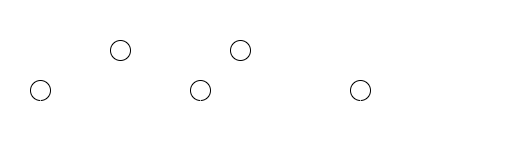
This is docs/images/git_merge.png from nyu-software-engineering/course-materials, a draw.io export, as it was before one commit. Source tidied: cells renumbered, new cells last; positions are measured from the earlier drawing's top-left corner, leaving out a move shared by most shapes. Source of this version:
```xml
<mxGraphModel background="#000000">
  <root>
    <mxCell id="0" />
    <mxCell id="1" parent="0" />
    <mxCell id="2" style="endArrow=none;html=1;strokeColor=#FFFFFF;strokeWidth=1;" parent="1" edge="1" source="20">
      <mxGeometry relative="1" as="geometry">
        <mxPoint x="400" y="90" as="targetPoint" />
      </mxGeometry>
    </mxCell>
    <mxCell id="3" style="endArrow=none;html=1;strokeColor=#FFFFFF;strokeWidth=1;" parent="1" edge="1" target="20">
      <mxGeometry relative="1" as="geometry">
        <mxPoint y="90" as="sourcePoint" />
      </mxGeometry>
    </mxCell>
    <mxCell id="4" value="&lt;i&gt;master branch&lt;/i&gt;" style="text;html=1;strokeColor=none;fillColor=none;align=left;verticalAlign=middle;whiteSpace=wrap;rounded=0;fontColor=#FFFFFF;" parent="1" vertex="1">
      <mxGeometry x="400" y="80" width="110" height="20" as="geometry" />
    </mxCell>
    <mxCell id="5" style="endArrow=none;html=1;strokeColor=#FFFFFF;strokeWidth=1;edgeStyle=orthogonalEdgeStyle;" parent="1" edge="1">
      <mxGeometry relative="1" as="geometry">
        <mxPoint x="110" y="50" as="sourcePoint" />
        <mxPoint x="200" y="50" as="targetPoint" />
        <Array as="points">
          <mxPoint x="40" y="50" />
          <mxPoint x="200" y="50" />
        </Array>
      </mxGeometry>
    </mxCell>
    <mxCell id="6" style="endArrow=none;html=1;strokeColor=#FFFFFF;strokeWidth=1;edgeStyle=orthogonalEdgeStyle;" parent="1" edge="1" source="20">
      <mxGeometry relative="1" as="geometry">
        <mxPoint x="110" y="50" as="targetPoint" />
        <Array as="points">
          <mxPoint x="40" y="50" />
        </Array>
      </mxGeometry>
    </mxCell>
    <mxCell id="7" style="endArrow=none;html=1;strokeColor=#FFFFFF;strokeWidth=1;edgeStyle=orthogonalEdgeStyle;entryX=0;entryY=0.5;entryDx=0;entryDy=0;" parent="1" edge="1" target="28">
      <mxGeometry relative="1" as="geometry">
        <mxPoint x="130" y="50" as="sourcePoint" />
        <Array as="points">
          <mxPoint x="280" y="50" />
          <mxPoint x="280" y="90" />
        </Array>
      </mxGeometry>
    </mxCell>
    <mxCell id="8" value="&lt;i&gt;another branch&lt;/i&gt;" style="text;html=1;strokeColor=none;fillColor=none;align=left;verticalAlign=middle;whiteSpace=wrap;rounded=0;fontColor=#FFFFFF;" parent="1" vertex="1">
      <mxGeometry x="280" y="40" width="110" height="20" as="geometry" />
    </mxCell>
    <mxCell id="9" style="endArrow=none;html=1;strokeColor=#FFFFFF;strokeWidth=1;edgeStyle=orthogonalEdgeStyle;" parent="1" edge="1">
      <mxGeometry relative="1" as="geometry">
        <mxPoint x="230" y="50" as="sourcePoint" />
        <mxPoint x="130" y="50" as="targetPoint" />
      </mxGeometry>
    </mxCell>
    <mxCell id="10" style="group;" parent="1" vertex="1">
      <mxGeometry x="100" width="40" height="60" as="geometry" />
    </mxCell>
    <mxCell id="11" value="commit" style="text;html=1;strokeColor=none;fillColor=none;align=center;verticalAlign=middle;whiteSpace=wrap;rounded=0;fontColor=#FFFFFF;" parent="10" vertex="1">
      <mxGeometry width="40" height="20" as="geometry" />
    </mxCell>
    <mxCell id="12" style="endArrow=none;html=1;strokeColor=#FFFFFF;strokeWidth=1;dashed=1;exitX=0.5;exitY=1;exitDx=0;exitDy=0;" parent="10" edge="1" source="11" target="13">
      <mxGeometry relative="1" as="geometry" />
    </mxCell>
    <mxCell id="13" style="ellipse;whiteSpace=wrap;html=1;fillColor=#FFFFFF;" parent="10" vertex="1">
      <mxGeometry x="10" y="40" width="20" height="20" as="geometry" />
    </mxCell>
    <mxCell id="14" style="group;" parent="1" vertex="1">
      <mxGeometry x="220" width="40" height="60" as="geometry" />
    </mxCell>
    <mxCell id="15" value="commit" style="text;html=1;strokeColor=none;fillColor=none;align=center;verticalAlign=middle;whiteSpace=wrap;rounded=0;fontColor=#FFFFFF;" parent="14" vertex="1">
      <mxGeometry width="40" height="20" as="geometry" />
    </mxCell>
    <mxCell id="16" style="endArrow=none;html=1;strokeColor=#FFFFFF;strokeWidth=1;dashed=1;exitX=0.5;exitY=1;exitDx=0;exitDy=0;" parent="14" edge="1" source="15" target="17">
      <mxGeometry relative="1" as="geometry" />
    </mxCell>
    <mxCell id="17" style="ellipse;whiteSpace=wrap;html=1;fillColor=#FFFFFF;" parent="14" vertex="1">
      <mxGeometry x="10" y="40" width="20" height="20" as="geometry" />
    </mxCell>
    <mxCell id="18" style="group;" parent="1" vertex="1">
      <mxGeometry x="20" y="80" width="40" height="60" as="geometry" />
    </mxCell>
    <mxCell id="19" style="group;" parent="18" vertex="1">
      <mxGeometry width="40" height="60" as="geometry" />
    </mxCell>
    <mxCell id="20" style="ellipse;whiteSpace=wrap;html=1;fillColor=#FFFFFF;" parent="19" vertex="1">
      <mxGeometry x="10" width="20" height="20" as="geometry" />
    </mxCell>
    <mxCell id="21" value="commit" style="text;html=1;strokeColor=none;fillColor=none;align=center;verticalAlign=middle;whiteSpace=wrap;rounded=0;fontColor=#FFFFFF;" parent="19" vertex="1">
      <mxGeometry y="40" width="40" height="20" as="geometry" />
    </mxCell>
    <mxCell id="22" style="endArrow=none;html=1;strokeColor=#FFFFFF;strokeWidth=1;dashed=1;" parent="19" edge="1" source="21" target="20">
      <mxGeometry relative="1" as="geometry" />
    </mxCell>
    <mxCell id="23" style="group;" parent="1" vertex="1">
      <mxGeometry x="180" y="80" width="40" height="60" as="geometry" />
    </mxCell>
    <mxCell id="24" style="ellipse;whiteSpace=wrap;html=1;fillColor=#FFFFFF;" parent="23" vertex="1">
      <mxGeometry x="10" width="20" height="20" as="geometry" />
    </mxCell>
    <mxCell id="25" value="commit" style="text;html=1;strokeColor=none;fillColor=none;align=center;verticalAlign=middle;whiteSpace=wrap;rounded=0;fontColor=#FFFFFF;" parent="23" vertex="1">
      <mxGeometry y="40" width="40" height="20" as="geometry" />
    </mxCell>
    <mxCell id="26" style="endArrow=none;html=1;strokeColor=#FFFFFF;strokeWidth=1;dashed=1;" parent="23" edge="1" source="25" target="24">
      <mxGeometry relative="1" as="geometry" />
    </mxCell>
    <mxCell id="27" style="group;" parent="1" vertex="1">
      <mxGeometry x="340" y="80" width="40" height="60" as="geometry" />
    </mxCell>
    <mxCell id="28" style="ellipse;whiteSpace=wrap;html=1;fillColor=#FFFFFF;" parent="27" vertex="1">
      <mxGeometry x="10" width="20" height="20" as="geometry" />
    </mxCell>
    <mxCell id="29" value="commit" style="text;html=1;strokeColor=none;fillColor=none;align=center;verticalAlign=middle;whiteSpace=wrap;rounded=0;fontColor=#FFFFFF;" parent="27" vertex="1">
      <mxGeometry y="40" width="40" height="20" as="geometry" />
    </mxCell>
    <mxCell id="30" style="endArrow=none;html=1;strokeColor=#FFFFFF;strokeWidth=1;dashed=1;" parent="27" edge="1" source="29" target="28">
      <mxGeometry relative="1" as="geometry" />
    </mxCell>
  </root>
</mxGraphModel>
```
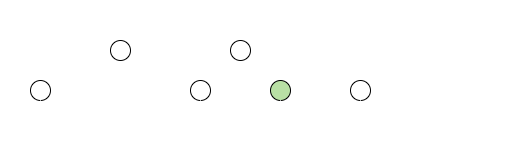
The same file after the commit.

Commit message:
updating merge and tier diagrams

Diff of the diagram source:
```diff
@@ -114,5 +114,17 @@
     <mxCell id="30" style="endArrow=none;html=1;strokeColor=#FFFFFF;strokeWidth=1;dashed=1;" parent="27" edge="1" source="29" target="28">
       <mxGeometry relative="1" as="geometry" />
     </mxCell>
+    <mxCell id="31" style="group;" parent="1" vertex="1">
+      <mxGeometry x="260" y="80" width="40" height="60" as="geometry" />
+    </mxCell>
+    <mxCell id="32" style="ellipse;whiteSpace=wrap;html=1;fillColor=#B9E0A5;" parent="31" vertex="1">
+      <mxGeometry x="10" width="20" height="20" as="geometry" />
+    </mxCell>
+    <mxCell id="33" value="merge&lt;br&gt;commit" style="text;html=1;strokeColor=none;fillColor=none;align=center;verticalAlign=middle;whiteSpace=wrap;rounded=0;fontColor=#FFFFFF;" parent="31" vertex="1">
+      <mxGeometry y="40" width="40" height="20" as="geometry" />
+    </mxCell>
+    <mxCell id="34" style="endArrow=none;html=1;strokeColor=#FFFFFF;strokeWidth=1;dashed=1;" parent="31" edge="1" source="33" target="32">
+      <mxGeometry relative="1" as="geometry" />
+    </mxCell>
   </root>
 </mxGraphModel>
```
